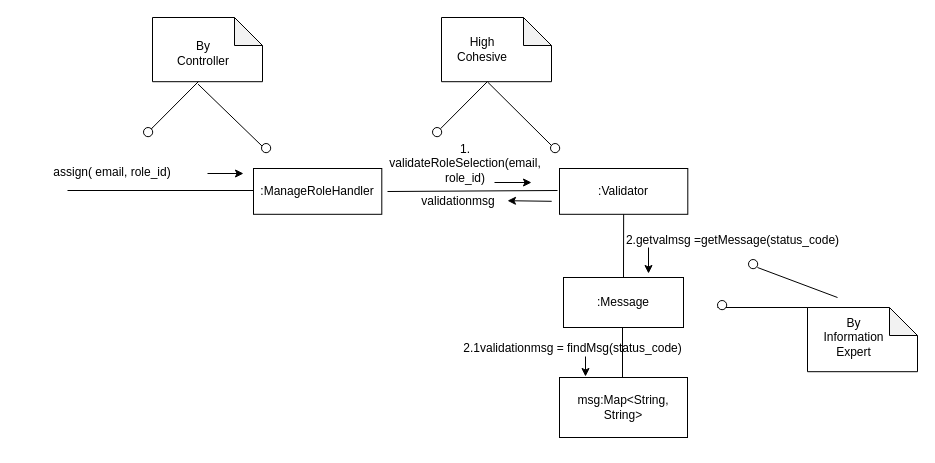
This is page "Page-3" (3 of 4) of operation_diagram_1.drawio from jonamadk/DrawIO, a draw.io file, before an edit. Source tidied: cells renumbered, new cells numbered last; positions are measured from the earlier drawing's top-left corner, leaving out a move shared by most shapes. Both pictures are drawn from the tidied source at 100%, with x=0, y=0 at pixel (17, 17).
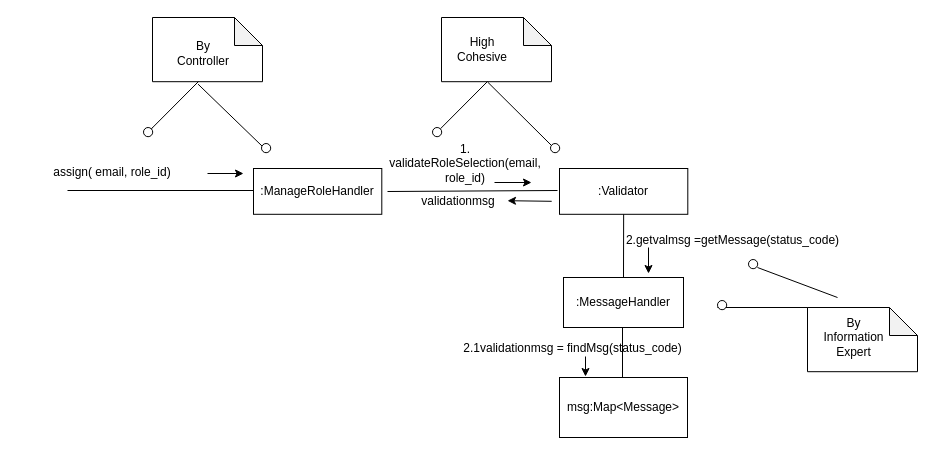
The same diagram, later.

The change refers to these unchanged cells:
```xml
<mxCell id="2" style="group;rotation=0;" parent="1" vertex="1">
  <mxGeometry width="835" height="428.3" as="geometry" />
</mxCell>
```

The edit, as a diff of the source:
```diff
@@
-    <mxCell id="18" value=":Message" style="rounded=0;whiteSpace=wrap;html=1;rotation=0;" parent="2" vertex="1">
+    <mxCell id="18" value=":MessageHandler" style="rounded=0;whiteSpace=wrap;html=1;rotation=0;" parent="2" vertex="1">
       <mxGeometry x="546" y="260" width="120" height="50" as="geometry" />
     </mxCell>
@@
-    <mxCell id="22" value="msg:Map&amp;lt;String, String&amp;gt;" style="rounded=0;whiteSpace=wrap;html=1;rotation=0;" parent="2" vertex="1">
+    <mxCell id="22" value="msg:Map&amp;lt;Message&amp;gt;" style="rounded=0;whiteSpace=wrap;html=1;rotation=0;" parent="2" vertex="1">
       <mxGeometry x="542" y="360" width="128" height="60" as="geometry" />
     </mxCell>
```
